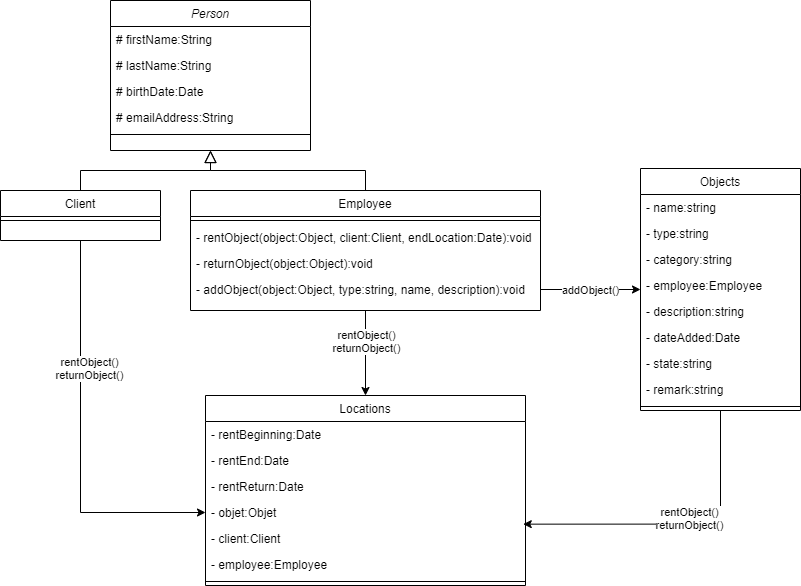
Above: fichiersModifiables/Diagrammes/LocationMat_Class.png in AhVen98/gestionStocks_preTPI (draw.io), before the change. Source tidied: cells renumbered, new cells last; positions are measured from the earlier drawing's top-left corner, leaving out a move shared by most shapes.
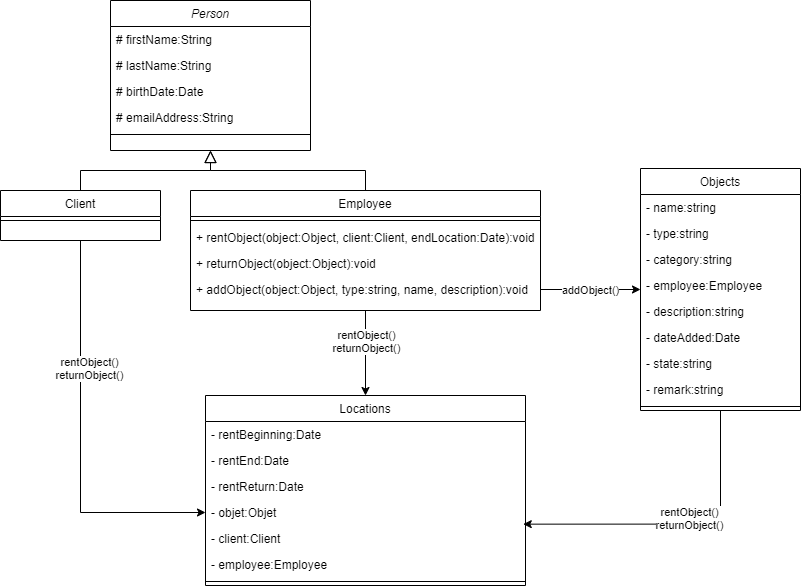
Above is the later version.

Commit message:
correction erreur sur le diagramme de classe

passage des méthodes de privé à public

Diff of the diagram source:
```diff
@@ -50,13 +50,13 @@
     <mxCell id="15" style="line;html=1;strokeWidth=1;align=left;verticalAlign=middle;spacingTop=-1;spacingLeft=3;spacingRight=3;labelPosition=right;" parent="14" vertex="1">
       <mxGeometry y="26" width="350" height="8" as="geometry" />
     </mxCell>
-    <mxCell id="16" value="- rentObject(object:Object, client:Client, endLocation:Date):void" style="text;align=left;verticalAlign=top;spacingLeft=4;spacingRight=4;overflow=hidden;" parent="14" vertex="1">
+    <mxCell id="16" value="+ rentObject(object:Object, client:Client, endLocation:Date):void" style="text;align=left;verticalAlign=top;spacingLeft=4;spacingRight=4;overflow=hidden;" parent="14" vertex="1">
       <mxGeometry y="34" width="350" height="26" as="geometry" />
     </mxCell>
-    <mxCell id="17" value="- returnObject(object:Object):void" style="text;align=left;verticalAlign=top;spacingLeft=4;spacingRight=4;overflow=hidden;" parent="14" vertex="1">
+    <mxCell id="17" value="+ returnObject(object:Object):void" style="text;align=left;verticalAlign=top;spacingLeft=4;spacingRight=4;overflow=hidden;" parent="14" vertex="1">
       <mxGeometry y="60" width="350" height="26" as="geometry" />
     </mxCell>
-    <mxCell id="18" value="- addObject(object:Object, type:string, name, description):void" style="text;align=left;verticalAlign=top;spacingLeft=4;spacingRight=4;overflow=hidden;points=[[0,0.5],[1,0.5]];portConstraint=eastwest;" parent="14" vertex="1">
+    <mxCell id="18" value="+ addObject(object:Object, type:string, name, description):void" style="text;align=left;verticalAlign=top;spacingLeft=4;spacingRight=4;overflow=hidden;points=[[0,0.5],[1,0.5]];portConstraint=eastwest;" parent="14" vertex="1">
       <mxGeometry y="86" width="350" height="26" as="geometry" />
     </mxCell>
     <mxCell id="19" style="endArrow=block;endSize=10;endFill=0;shadow=0;strokeWidth=1;rounded=0;edgeStyle=elbowEdgeStyle;elbow=vertical;" parent="1" edge="1" source="14" target="2">
```
